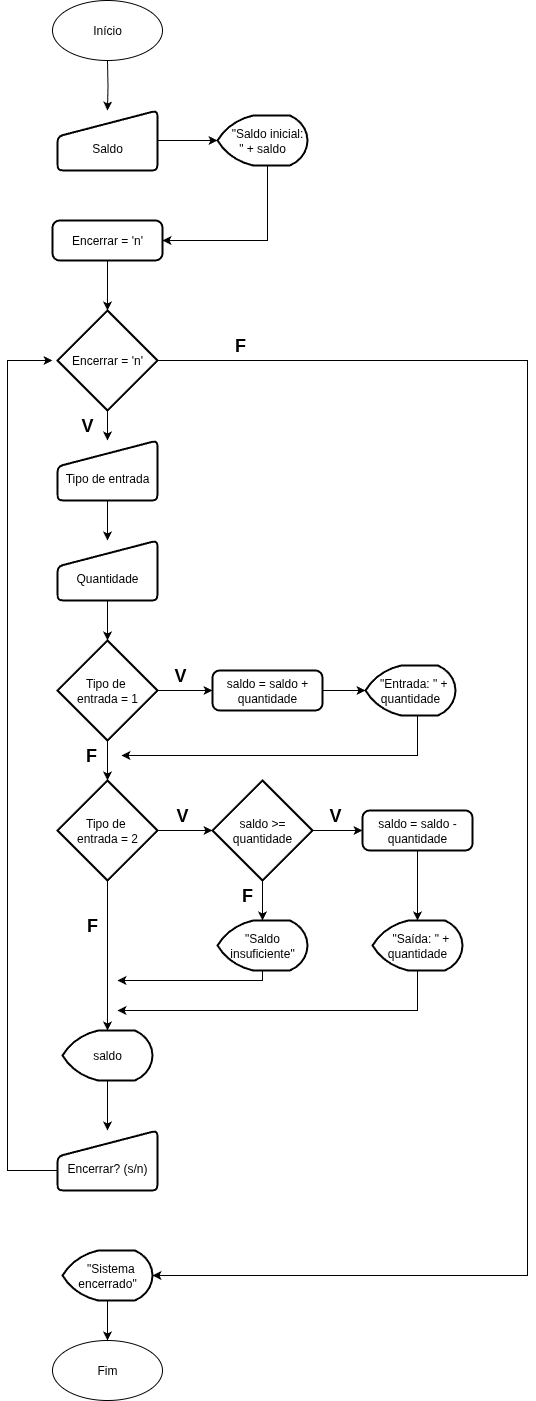
Before: Diagrama de Controle de Peças.drawio.png, a diagram exported from draw.io (ramon-negreiros/fluxogramas). Source tidied: cells renumbered, new cells last; positions are measured from the earlier drawing's top-left corner, leaving out a move shared by most shapes.
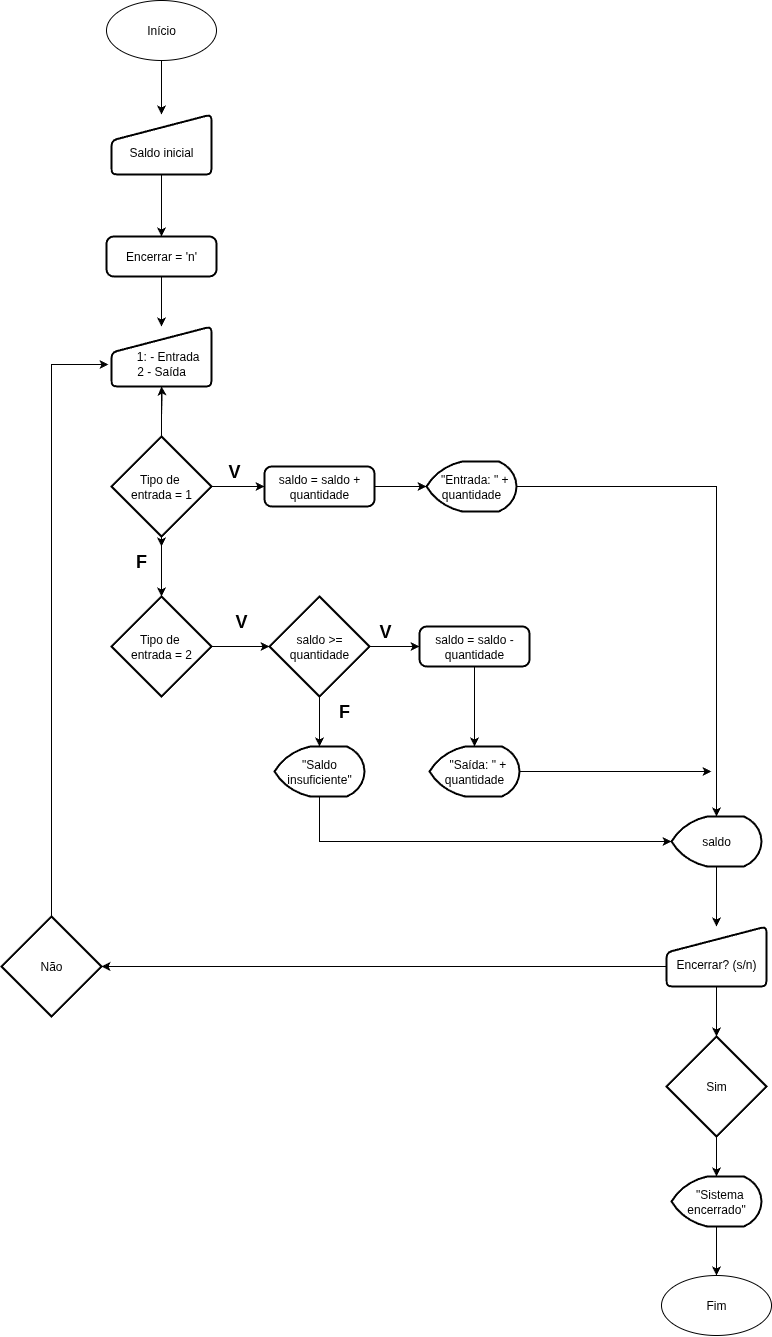
Above is the later version.

Change to the diagram source:
```diff
@@ -2,51 +2,31 @@
   <root>
     <mxCell id="0" />
     <mxCell id="1" parent="0" />
-    <mxCell id="2" style="edgeStyle=orthogonalEdgeStyle;rounded=0;jettySize=auto;html=1;" parent="1" edge="1" target="4">
-      <mxGeometry relative="1" as="geometry">
-        <mxPoint x="100" y="60" as="sourcePoint" />
-      </mxGeometry>
-    </mxCell>
-    <mxCell id="3" style="edgeStyle=orthogonalEdgeStyle;rounded=0;jettySize=auto;html=1;" parent="1" edge="1" source="4" target="6">
-      <mxGeometry relative="1" as="geometry" />
-    </mxCell>
+    <mxCell id="51" style="edgeStyle=orthogonalEdgeStyle;rounded=0;jettySize=auto;html=1;" parent="1" edge="1" source="4" target="8">
+      <mxGeometry relative="1" as="geometry" />
+    </mxCell>
-    <mxCell id="4" value="&lt;div&gt;&lt;br&gt;&lt;/div&gt;Saldo" style="html=1;strokeWidth=2;shape=manualInput;whiteSpace=wrap;rounded=1;size=26;arcSize=11;" parent="1" vertex="1">
-      <mxGeometry x="50" y="110" width="100" height="60" as="geometry" />
+    <mxCell id="4" value="&lt;div&gt;&lt;br&gt;&lt;/div&gt;&lt;div&gt;Saldo inicial&lt;/div&gt;" style="html=1;strokeWidth=2;shape=manualInput;whiteSpace=wrap;rounded=1;size=26;arcSize=11;" parent="1" vertex="1">
+      <mxGeometry x="50" y="108" width="100" height="60" as="geometry" />
     </mxCell>
-    <mxCell id="5" style="edgeStyle=orthogonalEdgeStyle;rounded=0;jettySize=auto;html=1;entryX=1;entryY=0.5;entryDx=0;entryDy=0;" parent="1" edge="1" source="6" target="8">
-      <mxGeometry relative="1" as="geometry">
-        <Array as="points">
-          <mxPoint x="260" y="240" />
-        </Array>
-      </mxGeometry>
-    </mxCell>
-    <mxCell id="6" value="&lt;div&gt;&lt;span style=&quot;background-color: transparent; color: light-dark(rgb(0, 0, 0), rgb(255, 255, 255));&quot;&gt;&amp;nbsp; &amp;nbsp;&quot;Saldo inicial: &quot; + saldo&lt;/span&gt;&lt;/div&gt;" style="strokeWidth=2;html=1;shape=mxgraph.flowchart.display;whiteSpace=wrap;" parent="1" vertex="1">
-      <mxGeometry x="210" y="115" width="90" height="50" as="geometry" />
-    </mxCell>
-    <mxCell id="7" style="edgeStyle=orthogonalEdgeStyle;rounded=0;jettySize=auto;html=1;" parent="1" edge="1" source="8" target="10">
-      <mxGeometry relative="1" as="geometry" />
-    </mxCell>
+    <mxCell id="52" style="edgeStyle=orthogonalEdgeStyle;rounded=0;jettySize=auto;html=1;" parent="1" edge="1" source="8" target="12">
+      <mxGeometry relative="1" as="geometry" />
+    </mxCell>
     <mxCell id="8" value="Encerrar = 'n'" style="rounded=1;whiteSpace=wrap;html=1;absoluteArcSize=1;arcSize=14;strokeWidth=2;" parent="1" vertex="1">
-      <mxGeometry x="45" y="220" width="110" height="40" as="geometry" />
+      <mxGeometry x="45" y="230" width="110" height="40" as="geometry" />
     </mxCell>
-    <mxCell id="9" style="edgeStyle=orthogonalEdgeStyle;rounded=0;jettySize=auto;html=1;" parent="1" edge="1" source="10" target="12">
-      <mxGeometry relative="1" as="geometry" />
+    <mxCell id="9" style="edgeStyle=orthogonalEdgeStyle;rounded=0;jettySize=auto;html=1;" parent="1" edge="1" target="12">
+      <mxGeometry relative="1" as="geometry">
+        <mxPoint x="100" y="410" as="sourcePoint" />
+      </mxGeometry>
     </mxCell>
-    <mxCell id="10" value="Encerrar = 'n'" style="strokeWidth=2;html=1;shape=mxgraph.flowchart.decision;whiteSpace=wrap;" parent="1" vertex="1">
-      <mxGeometry x="50" y="310" width="100" height="100" as="geometry" />
-    </mxCell>
-    <mxCell id="11" style="edgeStyle=orthogonalEdgeStyle;rounded=0;jettySize=auto;html=1;" parent="1" edge="1" source="12" target="14">
-      <mxGeometry relative="1" as="geometry" />
+    <mxCell id="11" style="edgeStyle=orthogonalEdgeStyle;rounded=0;jettySize=auto;html=1;" parent="1" edge="1" source="12">
+      <mxGeometry relative="1" as="geometry">
+        <mxPoint x="100" y="540" as="targetPoint" />
+      </mxGeometry>
     </mxCell>
-    <mxCell id="12" value="&lt;div&gt;&lt;br&gt;&lt;/div&gt;Tipo de entrada" style="html=1;strokeWidth=2;shape=manualInput;whiteSpace=wrap;rounded=1;size=26;arcSize=11;" parent="1" vertex="1">
-      <mxGeometry x="50" y="440" width="100" height="60" as="geometry" />
+    <mxCell id="12" value="&lt;div&gt;&lt;br&gt;&lt;/div&gt;&amp;nbsp; &amp;nbsp; 1: - Entrada&lt;div&gt;2 - Saída&lt;/div&gt;" style="html=1;strokeWidth=2;shape=manualInput;whiteSpace=wrap;rounded=1;size=26;arcSize=11;" parent="1" vertex="1">
+      <mxGeometry x="50" y="320" width="100" height="60" as="geometry" />
     </mxCell>
-    <mxCell id="13" style="edgeStyle=orthogonalEdgeStyle;rounded=0;jettySize=auto;html=1;" parent="1" edge="1" source="14" target="17">
-      <mxGeometry relative="1" as="geometry" />
-    </mxCell>
-    <mxCell id="14" value="&lt;div&gt;&lt;br&gt;&lt;/div&gt;Quantidade" style="html=1;strokeWidth=2;shape=manualInput;whiteSpace=wrap;rounded=1;size=26;arcSize=11;" parent="1" vertex="1">
-      <mxGeometry x="50" y="540" width="100" height="60" as="geometry" />
-    </mxCell>
     <mxCell id="15" style="edgeStyle=orthogonalEdgeStyle;rounded=0;jettySize=auto;html=1;" parent="1" edge="1" source="17" target="19">
       <mxGeometry relative="1" as="geometry" />
     </mxCell>
@@ -54,35 +34,28 @@
       <mxGeometry relative="1" as="geometry" />
     </mxCell>
     <mxCell id="17" value="Tipo de&amp;nbsp;&lt;div&gt;entrada = 1&lt;/div&gt;" style="strokeWidth=2;html=1;shape=mxgraph.flowchart.decision;whiteSpace=wrap;" parent="1" vertex="1">
-      <mxGeometry x="50" y="640" width="100" height="100" as="geometry" />
+      <mxGeometry x="50" y="430" width="100" height="100" as="geometry" />
     </mxCell>
     <mxCell id="18" style="edgeStyle=orthogonalEdgeStyle;rounded=0;jettySize=auto;html=1;" parent="1" edge="1" source="19" target="21">
       <mxGeometry relative="1" as="geometry" />
     </mxCell>
     <mxCell id="19" value="saldo = saldo + quantidade" style="rounded=1;whiteSpace=wrap;html=1;absoluteArcSize=1;arcSize=14;strokeWidth=2;" parent="1" vertex="1">
-      <mxGeometry x="205" y="670" width="110" height="40" as="geometry" />
+      <mxGeometry x="203" y="460" width="110" height="40" as="geometry" />
     </mxCell>
-    <mxCell id="20" style="edgeStyle=orthogonalEdgeStyle;rounded=0;jettySize=auto;html=1;entryX=1;entryY=0.5;entryDx=0;entryDy=0;" parent="1" edge="1" source="21" target="25">
-      <mxGeometry relative="1" as="geometry">
-        <Array as="points">
-          <mxPoint x="410" y="755" />
-        </Array>
-      </mxGeometry>
-    </mxCell>
     <mxCell id="21" value="&amp;nbsp; &quot;Entrada: &quot; + quantidade" style="strokeWidth=2;html=1;shape=mxgraph.flowchart.display;whiteSpace=wrap;" parent="1" vertex="1">
-      <mxGeometry x="358" y="665" width="90" height="50" as="geometry" />
+      <mxGeometry x="365" y="455" width="90" height="50" as="geometry" />
     </mxCell>
     <mxCell id="22" value="&lt;b&gt;&lt;font style=&quot;font-size: 18px;&quot;&gt;V&lt;/font&gt;&lt;/b&gt;" style="text;strokeColor=none;align=center;fillColor=none;html=1;verticalAlign=middle;whiteSpace=wrap;rounded=0;" parent="1" vertex="1">
-      <mxGeometry x="143" y="660" width="60" height="30" as="geometry" />
+      <mxGeometry x="143" y="450" width="60" height="30" as="geometry" />
     </mxCell>
     <mxCell id="23" style="edgeStyle=orthogonalEdgeStyle;rounded=0;jettySize=auto;html=1;" parent="1" edge="1" source="24" target="28">
       <mxGeometry relative="1" as="geometry" />
     </mxCell>
     <mxCell id="24" value="Tipo de&amp;nbsp;&lt;div&gt;entrada = 2&lt;/div&gt;" style="strokeWidth=2;html=1;shape=mxgraph.flowchart.decision;whiteSpace=wrap;" parent="1" vertex="1">
-      <mxGeometry x="50" y="780" width="100" height="100" as="geometry" />
+      <mxGeometry x="50" y="590" width="100" height="100" as="geometry" />
     </mxCell>
     <mxCell id="25" value="&lt;b&gt;&lt;font style=&quot;font-size: 18px;&quot;&gt;F&lt;/font&gt;&lt;/b&gt;" style="text;strokeColor=none;align=center;fillColor=none;html=1;verticalAlign=middle;whiteSpace=wrap;rounded=0;" parent="1" vertex="1">
-      <mxGeometry x="54" y="740" width="60" height="30" as="geometry" />
+      <mxGeometry x="50" y="540" width="60" height="30" as="geometry" />
     </mxCell>
     <mxCell id="26" style="edgeStyle=orthogonalEdgeStyle;rounded=0;jettySize=auto;html=1;" parent="1" edge="1" source="28" target="31">
       <mxGeometry relative="1" as="geometry" />
@@ -91,96 +64,93 @@
       <mxGeometry relative="1" as="geometry" />
     </mxCell>
     <mxCell id="28" value="saldo &amp;gt;= quantidade" style="strokeWidth=2;html=1;shape=mxgraph.flowchart.decision;whiteSpace=wrap;" parent="1" vertex="1">
-      <mxGeometry x="205" y="780" width="100" height="100" as="geometry" />
+      <mxGeometry x="208" y="590" width="100" height="100" as="geometry" />
     </mxCell>
     <mxCell id="29" value="&lt;b&gt;&lt;font style=&quot;font-size: 18px;&quot;&gt;V&lt;/font&gt;&lt;/b&gt;" style="text;strokeColor=none;align=center;fillColor=none;html=1;verticalAlign=middle;whiteSpace=wrap;rounded=0;" parent="1" vertex="1">
-      <mxGeometry x="145" y="800" width="60" height="30" as="geometry" />
+      <mxGeometry x="150" y="600" width="60" height="30" as="geometry" />
     </mxCell>
     <mxCell id="30" style="edgeStyle=orthogonalEdgeStyle;rounded=0;jettySize=auto;html=1;" parent="1" edge="1" source="31" target="37">
       <mxGeometry relative="1" as="geometry" />
     </mxCell>
     <mxCell id="31" value="saldo = saldo - quantidade" style="rounded=1;whiteSpace=wrap;html=1;absoluteArcSize=1;arcSize=14;strokeWidth=2;" parent="1" vertex="1">
-      <mxGeometry x="355" y="810" width="110" height="40" as="geometry" />
+      <mxGeometry x="358" y="620" width="110" height="40" as="geometry" />
     </mxCell>
     <mxCell id="32" value="&lt;b&gt;&lt;font style=&quot;font-size: 18px;&quot;&gt;V&lt;/font&gt;&lt;/b&gt;" style="text;strokeColor=none;align=center;fillColor=none;html=1;verticalAlign=middle;whiteSpace=wrap;rounded=0;" parent="1" vertex="1">
-      <mxGeometry x="298" y="800" width="60" height="30" as="geometry" />
+      <mxGeometry x="294" y="610" width="60" height="30" as="geometry" />
     </mxCell>
-    <mxCell id="33" style="edgeStyle=orthogonalEdgeStyle;rounded=0;jettySize=auto;html=1;" parent="1" edge="1" source="34">
-      <mxGeometry relative="1" as="geometry">
-        <mxPoint x="110" y="980" as="targetPoint" />
-        <Array as="points">
-          <mxPoint x="255" y="980" />
-          <mxPoint x="120" y="980" />
-        </Array>
-      </mxGeometry>
-    </mxCell>
     <mxCell id="34" value="&quot;Saldo insuficiente&quot;" style="strokeWidth=2;html=1;shape=mxgraph.flowchart.display;whiteSpace=wrap;" parent="1" vertex="1">
-      <mxGeometry x="210" y="920" width="90" height="50" as="geometry" />
+      <mxGeometry x="213" y="740" width="90" height="50" as="geometry" />
     </mxCell>
     <mxCell id="35" value="&lt;b&gt;&lt;font style=&quot;font-size: 18px;&quot;&gt;F&lt;/font&gt;&lt;/b&gt;" style="text;strokeColor=none;align=center;fillColor=none;html=1;verticalAlign=middle;whiteSpace=wrap;rounded=0;" parent="1" vertex="1">
-      <mxGeometry x="210" y="880" width="60" height="30" as="geometry" />
+      <mxGeometry x="253" y="690" width="60" height="30" as="geometry" />
     </mxCell>
-    <mxCell id="36" style="edgeStyle=orthogonalEdgeStyle;rounded=0;jettySize=auto;html=1;" parent="1" edge="1" source="37">
-      <mxGeometry relative="1" as="geometry">
-        <mxPoint x="110" y="1010" as="targetPoint" />
-        <Array as="points">
-          <mxPoint x="410" y="1010" />
-        </Array>
-      </mxGeometry>
-    </mxCell>
+    <mxCell id="53" style="edgeStyle=orthogonalEdgeStyle;rounded=0;jettySize=auto;html=1;" parent="1" edge="1" source="37">
+      <mxGeometry relative="1" as="geometry">
+        <mxPoint x="650" y="765" as="targetPoint" />
+      </mxGeometry>
+    </mxCell>
     <mxCell id="37" value="&amp;nbsp; &quot;Saída: &quot; + quantidade" style="strokeWidth=2;html=1;shape=mxgraph.flowchart.display;whiteSpace=wrap;" parent="1" vertex="1">
-      <mxGeometry x="365" y="920" width="90" height="50" as="geometry" />
+      <mxGeometry x="368" y="740" width="90" height="50" as="geometry" />
     </mxCell>
     <mxCell id="38" style="edgeStyle=orthogonalEdgeStyle;rounded=0;jettySize=auto;html=1;" parent="1" edge="1" source="39" target="43">
       <mxGeometry relative="1" as="geometry" />
     </mxCell>
     <mxCell id="39" value="saldo" style="strokeWidth=2;html=1;shape=mxgraph.flowchart.display;whiteSpace=wrap;" parent="1" vertex="1">
-      <mxGeometry x="55" y="1030" width="90" height="50" as="geometry" />
+      <mxGeometry x="610" y="810" width="90" height="50" as="geometry" />
     </mxCell>
-    <mxCell id="40" style="edgeStyle=orthogonalEdgeStyle;rounded=0;jettySize=auto;html=1;entryX=0.5;entryY=0;entryDx=0;entryDy=0;entryPerimeter=0;" parent="1" edge="1" source="24" target="39">
-      <mxGeometry relative="1" as="geometry" />
-    </mxCell>
-    <mxCell id="41" value="&lt;b&gt;&lt;font style=&quot;font-size: 18px;&quot;&gt;F&lt;/font&gt;&lt;/b&gt;" style="text;strokeColor=none;align=center;fillColor=none;html=1;verticalAlign=middle;whiteSpace=wrap;rounded=0;" parent="1" vertex="1">
-      <mxGeometry x="55" y="910" width="60" height="30" as="geometry" />
-    </mxCell>
-    <mxCell id="42" style="edgeStyle=orthogonalEdgeStyle;rounded=0;jettySize=auto;html=1;" parent="1" edge="1" source="43">
-      <mxGeometry relative="1" as="geometry">
-        <mxPoint x="45" y="360" as="targetPoint" />
-        <Array as="points">
-          <mxPoint y="1170" />
-          <mxPoint y="360" />
-          <mxPoint x="45" y="360" />
-        </Array>
-      </mxGeometry>
-    </mxCell>
+    <mxCell id="54" style="edgeStyle=orthogonalEdgeStyle;rounded=0;jettySize=auto;html=1;" parent="1" edge="1" source="43" target="59">
+      <mxGeometry relative="1" as="geometry" />
+    </mxCell>
     <mxCell id="43" value="&lt;div&gt;&lt;br&gt;&lt;/div&gt;Encerrar? (s/n)" style="html=1;strokeWidth=2;shape=manualInput;whiteSpace=wrap;rounded=1;size=26;arcSize=11;" parent="1" vertex="1">
-      <mxGeometry x="50" y="1130" width="100" height="60" as="geometry" />
+      <mxGeometry x="605" y="920" width="100" height="60" as="geometry" />
     </mxCell>
     <mxCell id="44" style="edgeStyle=orthogonalEdgeStyle;rounded=0;jettySize=auto;html=1;" parent="1" edge="1" source="45" target="49">
       <mxGeometry relative="1" as="geometry" />
     </mxCell>
     <mxCell id="45" value="&amp;nbsp; &quot;Sistema encerrado&quot;" style="strokeWidth=2;html=1;shape=mxgraph.flowchart.display;whiteSpace=wrap;" parent="1" vertex="1">
-      <mxGeometry x="55" y="1250" width="90" height="50" as="geometry" />
+      <mxGeometry x="610" y="1170" width="90" height="50" as="geometry" />
     </mxCell>
-    <mxCell id="46" style="edgeStyle=orthogonalEdgeStyle;rounded=0;jettySize=auto;html=1;entryX=1;entryY=0.5;entryDx=0;entryDy=0;entryPerimeter=0;" parent="1" edge="1" source="10" target="45">
-      <mxGeometry relative="1" as="geometry">
-        <Array as="points">
-          <mxPoint x="520" y="360" />
-          <mxPoint x="520" y="1275" />
-        </Array>
-      </mxGeometry>
-    </mxCell>
-    <mxCell id="47" value="&lt;b&gt;&lt;font style=&quot;font-size: 18px;&quot;&gt;F&lt;/font&gt;&lt;/b&gt;" style="text;strokeColor=none;align=center;fillColor=none;html=1;verticalAlign=middle;whiteSpace=wrap;rounded=0;" parent="1" vertex="1">
-      <mxGeometry x="203" y="330" width="60" height="30" as="geometry" />
-    </mxCell>
-    <mxCell id="48" value="&lt;b&gt;&lt;font style=&quot;font-size: 18px;&quot;&gt;V&lt;/font&gt;&lt;/b&gt;" style="text;strokeColor=none;align=center;fillColor=none;html=1;verticalAlign=middle;whiteSpace=wrap;rounded=0;" parent="1" vertex="1">
-      <mxGeometry x="50" y="410" width="60" height="30" as="geometry" />
-    </mxCell>
     <mxCell id="49" value="Fim" style="ellipse;whiteSpace=wrap;html=1;" parent="1" vertex="1">
-      <mxGeometry x="45" y="1340" width="110" height="60" as="geometry" />
+      <mxGeometry x="600" y="1269" width="110" height="60" as="geometry" />
     </mxCell>
+    <mxCell id="55" style="edgeStyle=orthogonalEdgeStyle;rounded=0;jettySize=auto;html=1;" parent="1" edge="1" source="50" target="4">
+      <mxGeometry relative="1" as="geometry" />
+    </mxCell>
     <mxCell id="50" value="Início" style="ellipse;whiteSpace=wrap;html=1;" parent="1" vertex="1">
-      <mxGeometry x="45" width="110" height="60" as="geometry" />
+      <mxGeometry x="45" y="-6" width="110" height="60" as="geometry" />
     </mxCell>
+    <mxCell id="56" style="edgeStyle=orthogonalEdgeStyle;rounded=0;jettySize=auto;html=1;entryX=0.5;entryY=0;entryDx=0;entryDy=0;entryPerimeter=0;" parent="1" edge="1" source="21" target="39">
+      <mxGeometry relative="1" as="geometry" />
+    </mxCell>
+    <mxCell id="57" style="edgeStyle=orthogonalEdgeStyle;rounded=0;jettySize=auto;html=1;entryX=0;entryY=0.5;entryDx=0;entryDy=0;entryPerimeter=0;" parent="1" edge="1" source="34" target="39">
+      <mxGeometry relative="1" as="geometry">
+        <Array as="points">
+          <mxPoint x="258" y="835" />
+        </Array>
+      </mxGeometry>
+    </mxCell>
+    <mxCell id="58" style="edgeStyle=orthogonalEdgeStyle;rounded=0;jettySize=auto;html=1;" parent="1" edge="1" source="59" target="45">
+      <mxGeometry relative="1" as="geometry" />
+    </mxCell>
+    <mxCell id="59" value="Sim" style="strokeWidth=2;html=1;shape=mxgraph.flowchart.decision;whiteSpace=wrap;" parent="1" vertex="1">
+      <mxGeometry x="605" y="1030" width="100" height="100" as="geometry" />
+    </mxCell>
+    <mxCell id="60" value="Não" style="strokeWidth=2;html=1;shape=mxgraph.flowchart.decision;whiteSpace=wrap;" parent="1" vertex="1">
+      <mxGeometry x="-60" y="910" width="100" height="100" as="geometry" />
+    </mxCell>
+    <mxCell id="61" style="edgeStyle=orthogonalEdgeStyle;rounded=0;jettySize=auto;html=1;entryX=1;entryY=0.5;entryDx=0;entryDy=0;entryPerimeter=0;" parent="1" edge="1" source="43" target="60">
+      <mxGeometry relative="1" as="geometry">
+        <Array as="points">
+          <mxPoint x="70" y="960" />
+        </Array>
+      </mxGeometry>
+    </mxCell>
+    <mxCell id="62" style="edgeStyle=orthogonalEdgeStyle;rounded=0;jettySize=auto;html=1;entryX=-0.03;entryY=0.633;entryDx=0;entryDy=0;entryPerimeter=0;" parent="1" edge="1" source="60" target="12">
+      <mxGeometry relative="1" as="geometry">
+        <Array as="points">
+          <mxPoint x="-10" y="358" />
+        </Array>
+      </mxGeometry>
+    </mxCell>
   </root>
 </mxGraphModel>
```
